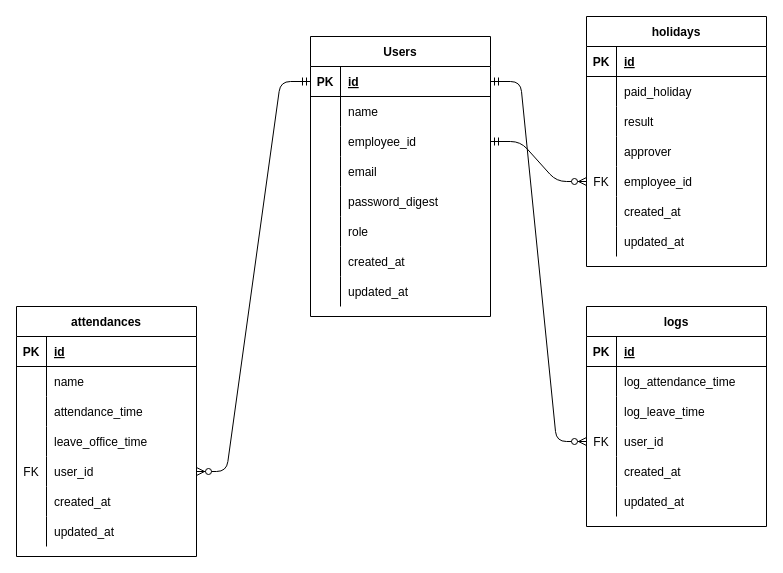
ushimedia/catalog_task_2 keeps this draw.io diagram as ER.drawio. Above is the earlier version. Source tidied: cells renumbered, new cells numbered last; positions are measured from the earlier drawing's top-left corner, leaving out a move shared by most shapes. Both pictures are drawn from the tidied source at 100%, with x=0, y=0 at pixel (16, 16).
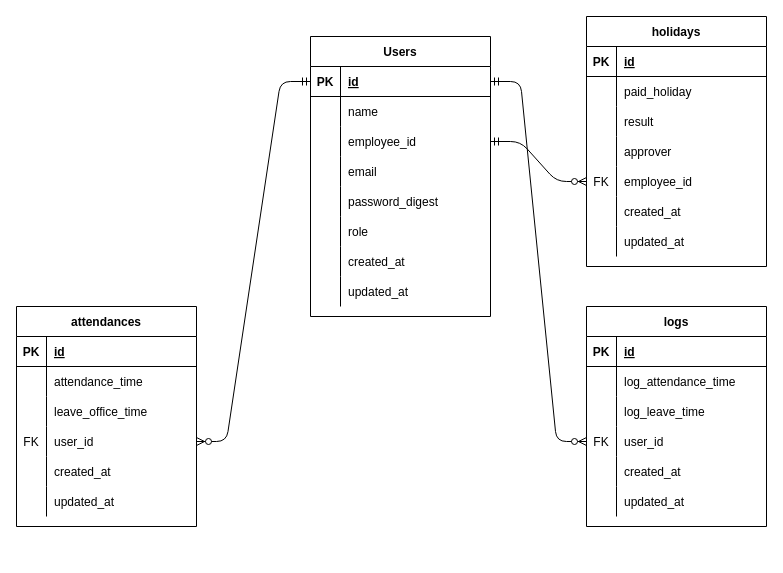
The same diagram, later.

Diff of the diagram source:
```diff
@@
     <mxCell id="21" value="attendances" style="shape=table;startSize=30;childLayout=tableLayout;rowLines=0;fontStyle=1;align=center;" parent="1" vertex="1">
-      <mxGeometry y="290" width="180" height="250" as="geometry" />
+      <mxGeometry y="290" width="180" height="220" as="geometry" />
     </mxCell>
@@
-    <mxCell id="25" style="shape=partialRectangle;fillColor=none;top=0;left=0;bottom=0;right=0;" parent="21" vertex="1">
-      <mxGeometry y="60" width="180" height="30" as="geometry" />
-    </mxCell>
-    <mxCell id="26" style="shape=partialRectangle;fillColor=none;top=0;left=0;bottom=0;right=0;overflow=hidden;" parent="25" vertex="1">
-      <mxGeometry width="30" height="30" as="geometry" />
-    </mxCell>
-    <mxCell id="27" value="name" style="shape=partialRectangle;fillColor=none;top=0;left=0;bottom=0;right=0;align=left;spacingLeft=6;overflow=hidden;" parent="25" vertex="1">
-      <mxGeometry x="30" width="150" height="30" as="geometry" />
-    </mxCell>
     <mxCell id="28" style="shape=partialRectangle;fillColor=none;top=0;left=0;bottom=0;right=0;" parent="21" vertex="1">
-      <mxGeometry y="90" width="180" height="30" as="geometry" />
+      <mxGeometry y="60" width="180" height="30" as="geometry" />
     </mxCell>
@@
     <mxCell id="31" style="shape=partialRectangle;fillColor=none;top=0;left=0;bottom=0;right=0;" parent="21" vertex="1">
-      <mxGeometry y="120" width="180" height="30" as="geometry" />
+      <mxGeometry y="90" width="180" height="30" as="geometry" />
     </mxCell>
@@
     <mxCell id="34" style="shape=partialRectangle;fillColor=none;top=0;left=0;bottom=0;right=0;points=[[0,0.5],[1,0.5]];portConstraint=eastwest;" parent="21" vertex="1">
-      <mxGeometry y="150" width="180" height="30" as="geometry" />
+      <mxGeometry y="120" width="180" height="30" as="geometry" />
     </mxCell>
@@
     <mxCell id="37" style="shape=partialRectangle;fillColor=none;top=0;left=0;bottom=0;right=0;" parent="21" vertex="1">
-      <mxGeometry y="180" width="180" height="30" as="geometry" />
+      <mxGeometry y="150" width="180" height="30" as="geometry" />
     </mxCell>
@@
     <mxCell id="40" style="shape=partialRectangle;fillColor=none;top=0;left=0;bottom=0;right=0;" parent="21" vertex="1">
-      <mxGeometry y="210" width="180" height="30" as="geometry" />
+      <mxGeometry y="180" width="180" height="30" as="geometry" />
     </mxCell>
```
